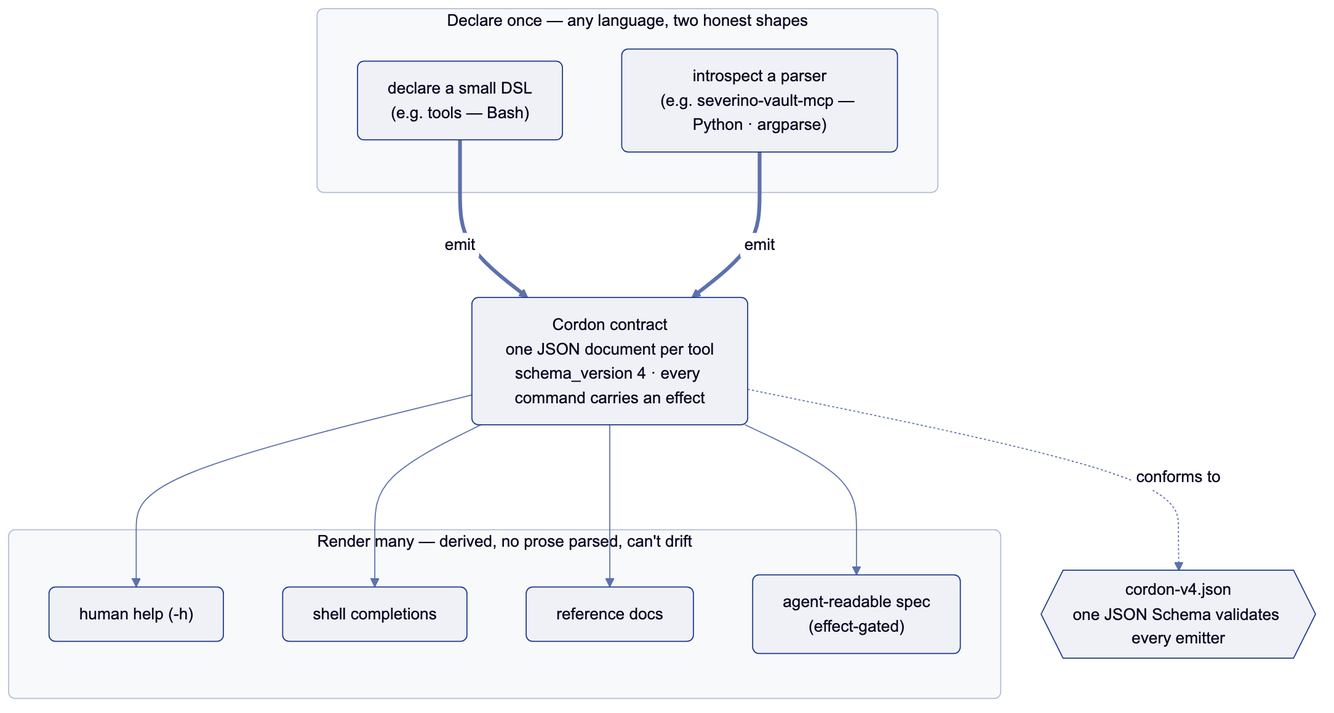
Above: docs/diagrams/emit-once.png in joeseverino/cordon (Mermaid), before the change. Its source is kept beside it as docs/diagrams/emit-once.mmd. Its diagram source:
```mermaid
%%{init: {'flowchart': {'rankSpacing': 75, 'nodeSpacing': 55}}}%%
flowchart TB
    subgraph emit["Declare once — any language, two honest shapes"]
        dsl["declare a small DSL<br/>(e.g. tools — Bash)"]
        intro["introspect a parser<br/>(e.g. severino-vault-mcp — Python · argparse)"]
    end

    contract["Cordon contract<br/>one JSON document per tool<br/>schema_version 4 · every command carries an effect"]
    schema{{"cordon-v4.json<br/>one JSON Schema validates every emitter"}}

    dsl ==>|"emit"| contract
    intro ==>|"emit"| contract
    contract -.->|"conforms to"| schema

    subgraph render["Render many — derived, no prose parsed, can't drift"]
        help["human help (-h)"]
        comp["shell completions"]
        docs["reference docs"]
        agent["agent-readable spec<br/>(effect-gated)"]
    end
    contract --> help
    contract --> comp
    contract --> docs
    contract --> agent
```
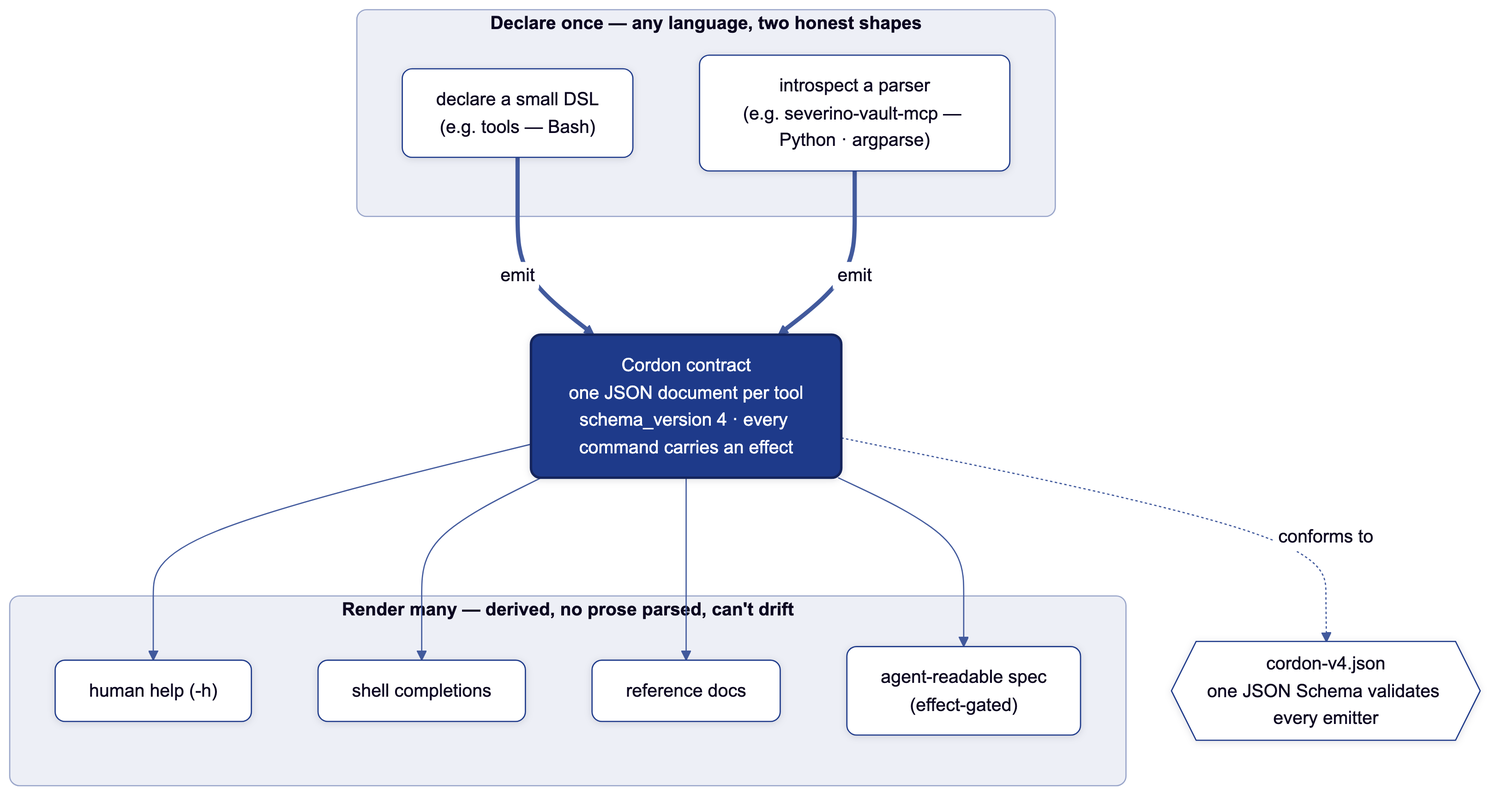
After the commit.

Commit message:
docs: refine diagram theme (layered cards, anchor pivot, heat ramp)

Diff of the diagram source:
```diff
@@ -22,3 +22,6 @@
     contract --> comp
     contract --> docs
     contract --> agent
+
+    classDef anchor stroke-width:2px;
+    class contract anchor;
```
